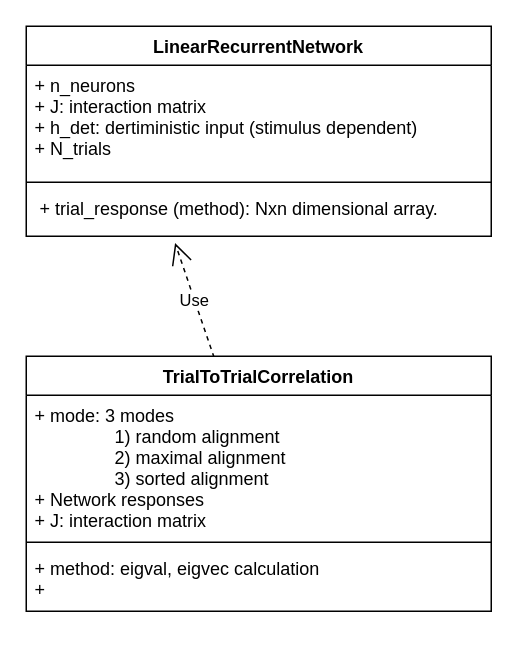
This is 1D_RNN.drawio from rzhou-space/MA_Networks, a draw.io file, before an edit. Source tidied: cells renumbered, new cells numbered last; positions are measured from the earlier drawing's top-left corner, leaving out a move shared by most shapes. Both pictures are drawn from the tidied source at 150%, with x=0, y=0 at pixel (26, 26).
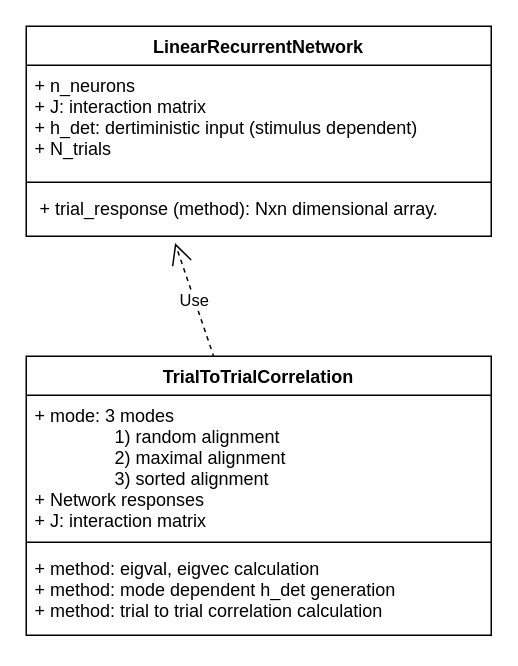
The same page after the edit.

Diff of the diagram source:
```diff
@@
 <mxGraphModel>
   <root>
     <mxCell id="0" />
     <mxCell id="1" parent="0" />
     <mxCell id="2" value="LinearRecurrentNetwork" style="swimlane;fontStyle=1;align=center;verticalAlign=top;horizontal=1;startSize=26;" parent="1" vertex="1">
       <mxGeometry width="310" height="140" as="geometry" />
     </mxCell>
     <mxCell id="3" value="+ n_neurons&#10;+ J: interaction matrix&#10;+ h_det: dertiministic input (stimulus dependent)&#10;+ N_trials" style="text;strokeColor=none;fillColor=none;align=left;verticalAlign=top;spacingLeft=4;spacingRight=4;overflow=hidden;" parent="2" vertex="1">
       <mxGeometry y="26" width="310" height="74" as="geometry" />
     </mxCell>
     <mxCell id="4" style="line;strokeWidth=1;fillColor=none;align=left;verticalAlign=middle;spacingTop=-1;spacingLeft=3;spacingRight=3;labelPosition=right;" parent="2" vertex="1">
       <mxGeometry y="100" width="310" height="8" as="geometry" />
     </mxCell>
     <mxCell id="5" value=" + trial_response (method): Nxn dimensional array.&#10; " style="text;strokeColor=none;fillColor=none;align=left;verticalAlign=top;spacingLeft=4;spacingRight=4;overflow=hidden;points=[[0,0.5],[1,0.5]];portConstraint=eastwest;" parent="2" vertex="1">
       <mxGeometry y="108" width="310" height="32" as="geometry" />
     </mxCell>
     <mxCell id="6" value="Use" style="endArrow=open;endSize=12;dashed=1;html=1;rounded=0;entryX=0.32;entryY=1.142;entryDx=0;entryDy=0;entryPerimeter=0;exitX=0.404;exitY=0.005;exitDx=0;exitDy=0;exitPerimeter=0;" parent="1" edge="1" source="7" target="5">
       <mxGeometry relative="1" as="geometry" />
     </mxCell>
     <mxCell id="7" value="TrialToTrialCorrelation" style="swimlane;fontStyle=1;align=center;verticalAlign=top;horizontal=1;startSize=26;" parent="1" vertex="1">
-      <mxGeometry y="220" width="310" height="170" as="geometry" />
+      <mxGeometry y="220" width="310" height="186" as="geometry" />
     </mxCell>
     <mxCell id="8" value="+ mode: 3 modes&#10;                1) random alignment&#10;                2) maximal alignment&#10;                3) sorted alignment&#10;+ Network responses&#10;+ J: interaction matrix&#10; &#10;" style="text;strokeColor=none;fillColor=none;align=left;verticalAlign=top;spacingLeft=4;spacingRight=4;overflow=hidden;" parent="7" vertex="1">
       <mxGeometry y="26" width="310" height="94" as="geometry" />
     </mxCell>
     <mxCell id="9" style="line;strokeWidth=1;fillColor=none;align=left;verticalAlign=middle;spacingTop=-1;spacingLeft=3;spacingRight=3;labelPosition=right;" parent="7" vertex="1">
       <mxGeometry y="120" width="310" height="8" as="geometry" />
     </mxCell>
-    <mxCell id="10" value="+ method: eigval, eigvec calculation &#10;+  " style="text;strokeColor=none;fillColor=none;align=left;verticalAlign=top;spacingLeft=4;spacingRight=4;overflow=hidden;" parent="7" vertex="1">
-      <mxGeometry y="128" width="310" height="42" as="geometry" />
+    <mxCell id="10" value="+ method: eigval, eigvec calculation &#10;+ method: mode dependent h_det generation&#10;+ method: trial to trial correlation calculation &#10; " style="text;strokeColor=none;fillColor=none;align=left;verticalAlign=top;spacingLeft=4;spacingRight=4;overflow=hidden;" parent="7" vertex="1">
+      <mxGeometry y="128" width="310" height="58" as="geometry" />
     </mxCell>
   </root>
 </mxGraphModel>
```
